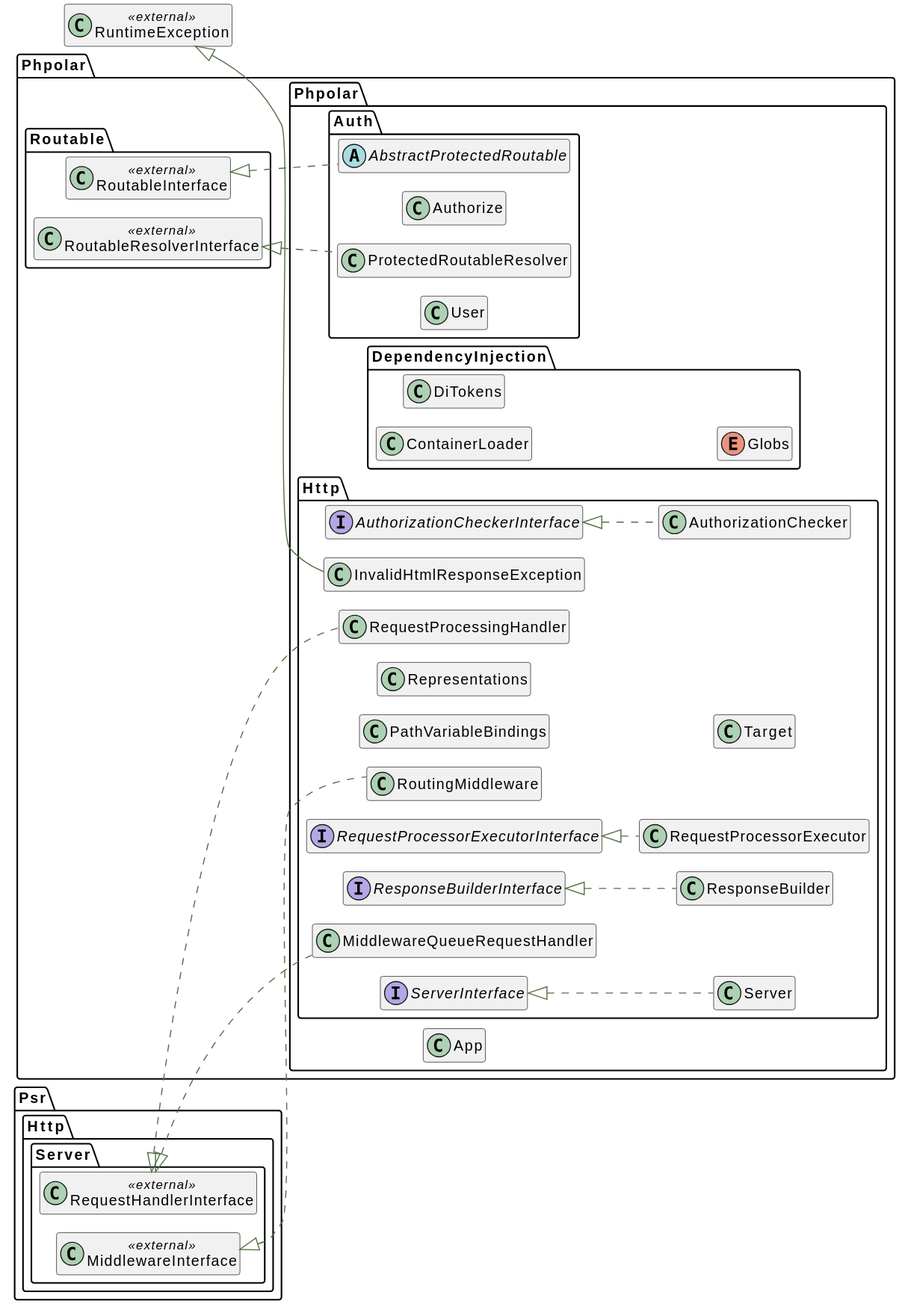
Above: docs/graphs/classes.svg in phpolar/phpolar (PlantUML), before the change.
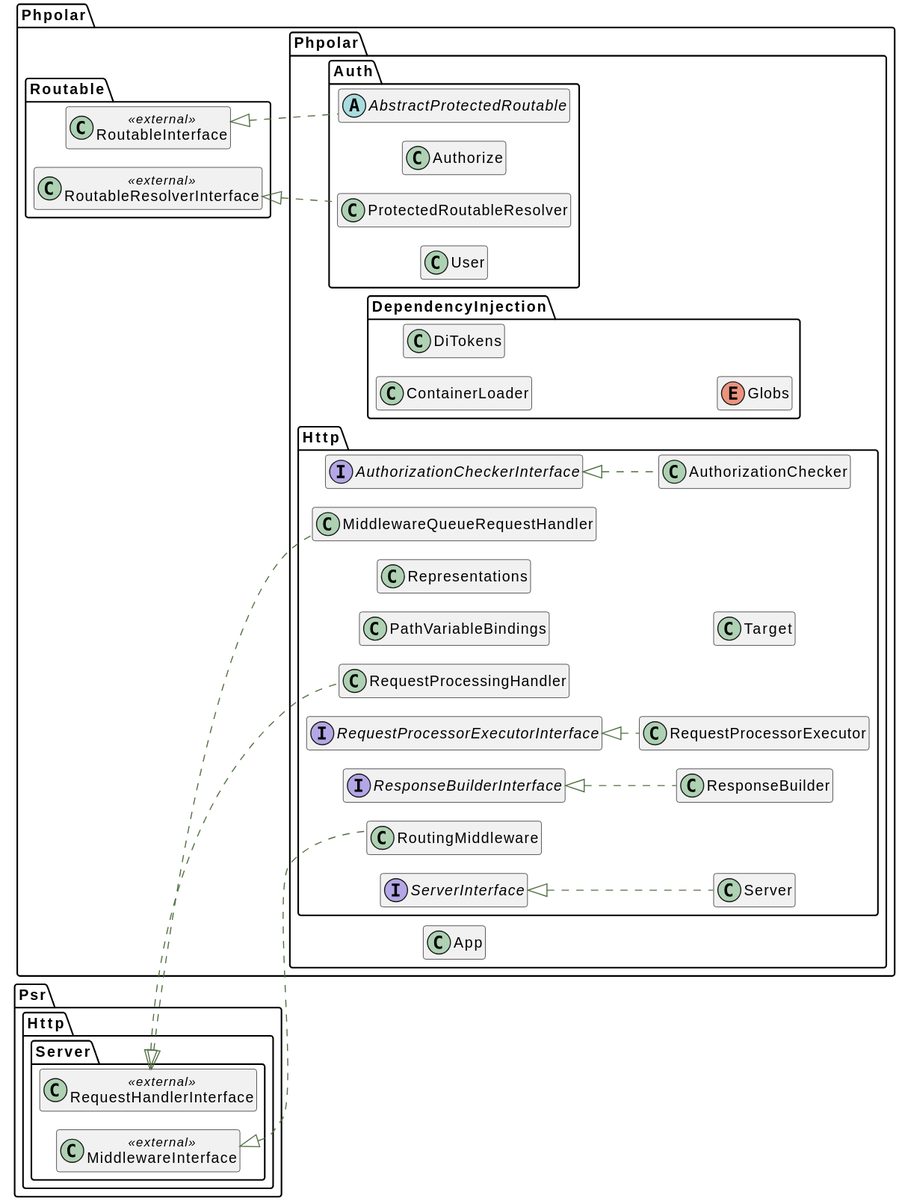
The same file after the commit.

Commit message:
docs: remove unused exception class

What changed in the source:
```diff
@@ -61,12 +61,6 @@
      class "AuthorizationChecker" as AuthorizationChecker__class    implements \\Phpolar\\Phpolar\\Http\\AuthorizationCheckerInterface__interface {
     }
 }
-class "RuntimeException" as RuntimeException__class << external >>{
-}
-namespace Phpolar\\Phpolar\\Http {
-     class "InvalidHtmlResponseException" as InvalidHtmlResponseException__class   extends \\RuntimeException__class  {
-    }
-}
 namespace Psr\\Http\\Server {
     class "RequestHandlerInterface" as RequestHandlerInterface__class << external >>{
     }
```
